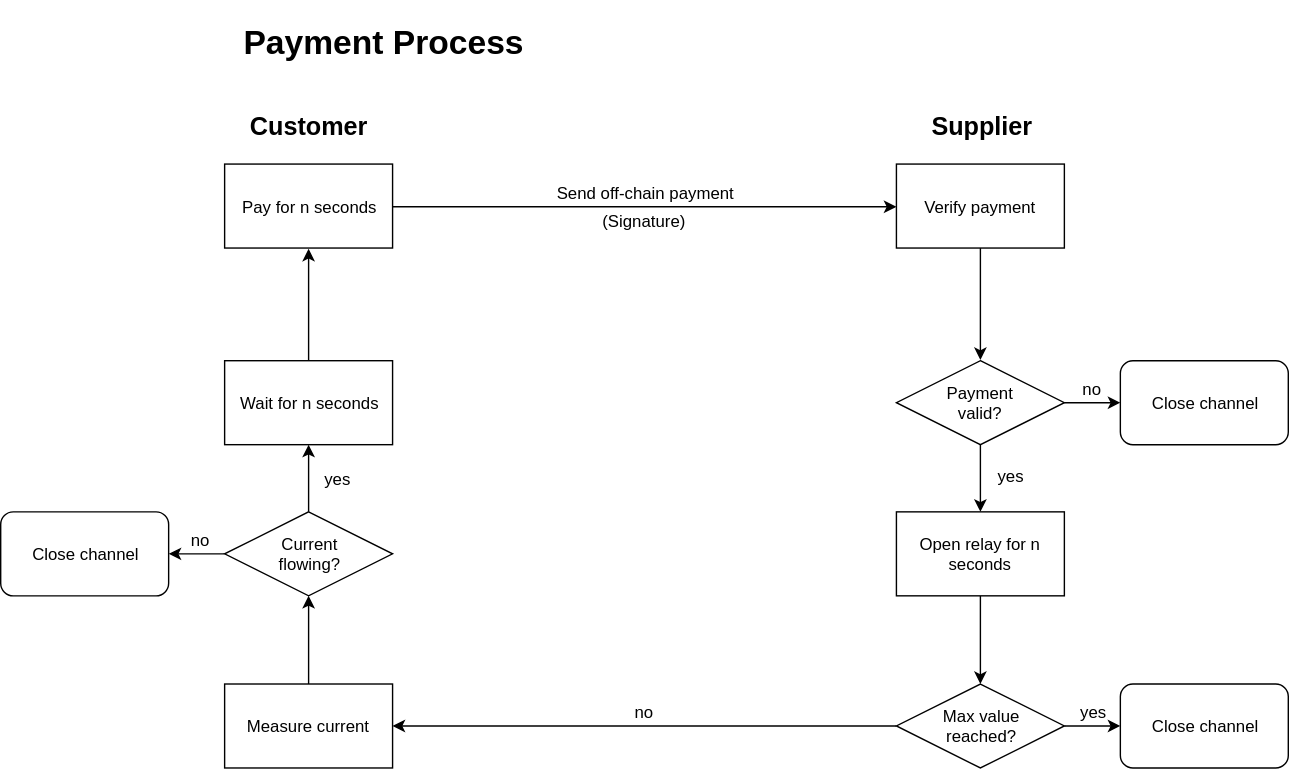
The draw.io diagram flowcharts/Plug-Socket-payment_process.svg in gretzke/Blockchain-Based-Smart-Outlet, before a commit. Source tidied: cells renumbered, new cells last; positions are measured from the earlier drawing's top-left corner, leaving out a move shared by most shapes.
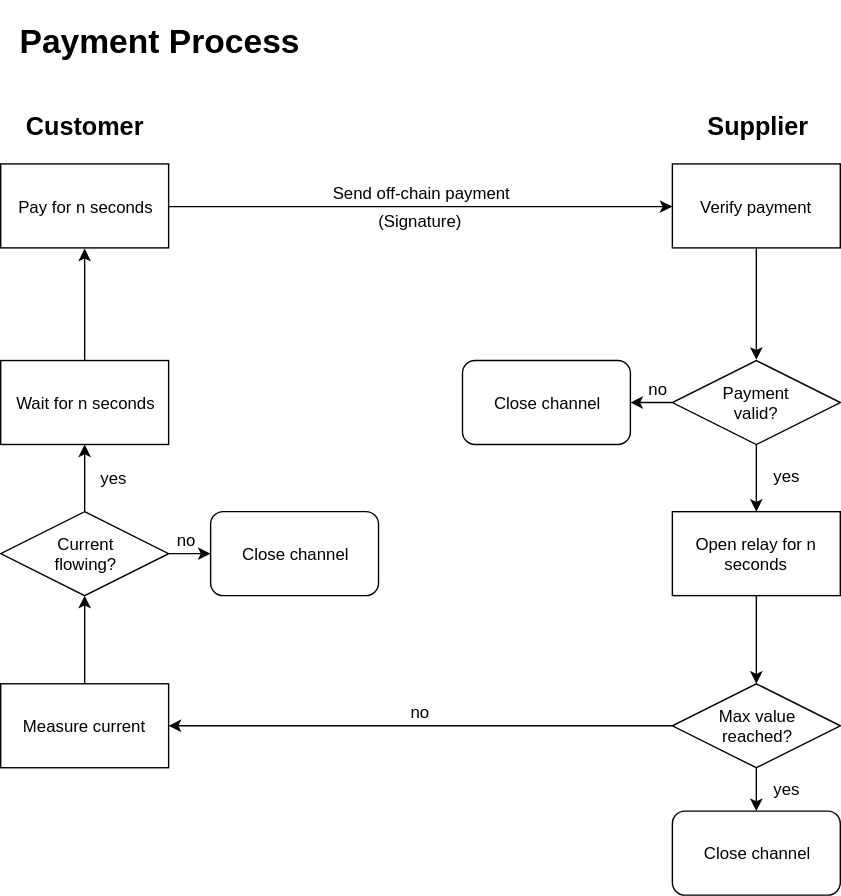
Later version of the same file.

Diff of the diagram source:
```diff
@@ -11,7 +11,7 @@
     <mxCell id="4" style="edgeStyle=orthogonalEdgeStyle;rounded=0;jettySize=auto;html=1;exitX=0;exitY=0.5;exitDx=0;exitDy=0;entryX=1;entryY=0.5;entryDx=0;entryDy=0;strokeColor=#000000;" parent="1" edge="1" source="6" target="19">
       <mxGeometry relative="1" as="geometry" />
     </mxCell>
-    <mxCell id="5" style="edgeStyle=orthogonalEdgeStyle;rounded=0;jettySize=auto;html=1;exitX=1;exitY=0.5;exitDx=0;exitDy=0;entryX=0;entryY=0.5;entryDx=0;entryDy=0;strokeColor=#000000;" parent="1" edge="1" source="6" target="28">
+    <mxCell id="5" style="edgeStyle=orthogonalEdgeStyle;rounded=0;jettySize=auto;html=1;exitX=0.5;exitY=1;exitDx=0;exitDy=0;" parent="1" edge="1" source="6" target="28">
       <mxGeometry relative="1" as="geometry" />
     </mxCell>
     <mxCell id="6" value="Max value &lt;br&gt;reached?" style="rhombus;whiteSpace=wrap;html=1;" parent="1" vertex="1">
@@ -40,7 +40,7 @@
     <mxCell id="13" style="edgeStyle=orthogonalEdgeStyle;rounded=0;jettySize=auto;html=1;entryX=0.5;entryY=0;entryDx=0;entryDy=0;strokeColor=#000000;" parent="1" edge="1" source="15" target="17">
       <mxGeometry relative="1" as="geometry" />
     </mxCell>
-    <mxCell id="14" style="edgeStyle=orthogonalEdgeStyle;rounded=0;jettySize=auto;html=1;exitX=1;exitY=0.5;exitDx=0;exitDy=0;entryX=0;entryY=0.5;entryDx=0;entryDy=0;strokeColor=#000000;" parent="1" edge="1" source="15" target="29">
+    <mxCell id="14" style="edgeStyle=orthogonalEdgeStyle;rounded=0;jettySize=auto;html=1;exitX=0;exitY=0.5;exitDx=0;exitDy=0;entryX=1;entryY=0.5;entryDx=0;entryDy=0;" parent="1" edge="1" source="15" target="29">
       <mxGeometry relative="1" as="geometry" />
     </mxCell>
     <mxCell id="15" value="Payment&lt;br&gt;valid?" style="rhombus;whiteSpace=wrap;html=1;" parent="1" vertex="1">
@@ -64,7 +64,7 @@
     <mxCell id="21" style="edgeStyle=orthogonalEdgeStyle;rounded=0;jettySize=auto;html=1;exitX=0.5;exitY=0;exitDx=0;exitDy=0;entryX=0.5;entryY=1;entryDx=0;entryDy=0;strokeColor=#000000;" parent="1" edge="1" source="23" target="25">
       <mxGeometry relative="1" as="geometry" />
     </mxCell>
-    <mxCell id="22" style="edgeStyle=orthogonalEdgeStyle;rounded=0;jettySize=auto;html=1;exitX=0;exitY=0.5;exitDx=0;exitDy=0;entryX=1;entryY=0.5;entryDx=0;entryDy=0;strokeColor=#000000;" parent="1" edge="1" source="23" target="30">
+    <mxCell id="22" style="edgeStyle=orthogonalEdgeStyle;rounded=0;jettySize=auto;html=1;exitX=1;exitY=0.5;exitDx=0;exitDy=0;entryX=0;entryY=0.5;entryDx=0;entryDy=0;" parent="1" edge="1" source="23" target="30">
       <mxGeometry relative="1" as="geometry" />
     </mxCell>
     <mxCell id="23" value="Current&lt;br&gt;flowing?" style="rhombus;whiteSpace=wrap;html=1;" parent="1" vertex="1">
@@ -83,22 +83,22 @@
       <mxGeometry x="440" y="479" width="40" height="20" as="geometry" />
     </mxCell>
     <mxCell id="28" value="Close channel" style="rounded=1;whiteSpace=wrap;html=1;" parent="1" vertex="1">
-      <mxGeometry x="800" y="469" width="120" height="60" as="geometry" />
+      <mxGeometry x="640" y="560" width="120" height="60" as="geometry" />
     </mxCell>
     <mxCell id="29" value="Close channel" style="rounded=1;whiteSpace=wrap;html=1;" parent="1" vertex="1">
-      <mxGeometry x="800" y="238" width="120" height="60" as="geometry" />
+      <mxGeometry x="490" y="238" width="120" height="60" as="geometry" />
     </mxCell>
     <mxCell id="30" value="Close channel" style="rounded=1;whiteSpace=wrap;html=1;" parent="1" vertex="1">
-      <mxGeometry y="346" width="120" height="60" as="geometry" />
+      <mxGeometry x="310" y="346" width="120" height="60" as="geometry" />
     </mxCell>
     <mxCell id="31" value="yes&lt;br&gt;" style="text;html=1;strokeColor=none;fillColor=none;align=center;verticalAlign=middle;whiteSpace=wrap;rounded=0;" parent="1" vertex="1">
-      <mxGeometry x="760" y="479" width="40" height="20" as="geometry" />
+      <mxGeometry x="701" y="534" width="40" height="20" as="geometry" />
     </mxCell>
     <mxCell id="32" value="no" style="text;html=1;strokeColor=none;fillColor=none;align=center;verticalAlign=middle;whiteSpace=wrap;rounded=0;" parent="1" vertex="1">
-      <mxGeometry x="123" y="356" width="40" height="20" as="geometry" />
+      <mxGeometry x="273" y="356" width="40" height="20" as="geometry" />
     </mxCell>
     <mxCell id="33" value="no" style="text;html=1;strokeColor=none;fillColor=none;align=center;verticalAlign=middle;whiteSpace=wrap;rounded=0;" parent="1" vertex="1">
-      <mxGeometry x="760" y="248" width="40" height="20" as="geometry" />
+      <mxGeometry x="610" y="248" width="40" height="20" as="geometry" />
     </mxCell>
     <mxCell id="34" value="&lt;b&gt;&lt;font style=&quot;font-size: 18px&quot;&gt;Supplier&lt;/font&gt;&lt;/b&gt;&lt;br&gt;" style="text;html=1;strokeColor=none;fillColor=none;align=center;verticalAlign=middle;whiteSpace=wrap;rounded=0;" parent="1" vertex="1">
       <mxGeometry x="681" y="60" width="40" height="20" as="geometry" />
```
